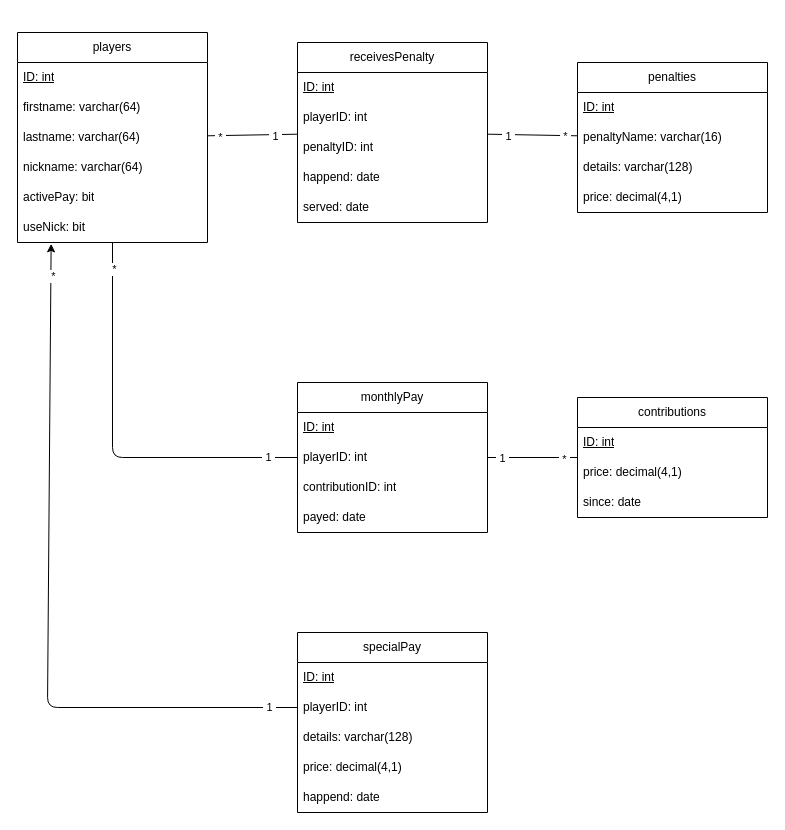
The draw.io diagram database/database.drawio in YoEnte/MannschaftDB, before the edit. Source tidied: cells renumbered, new cells numbered last; positions are measured from the earlier drawing's top-left corner, leaving out a move shared by most shapes. Both pictures are drawn from the tidied source at 100%, with x=0, y=0 at pixel (17, 32).
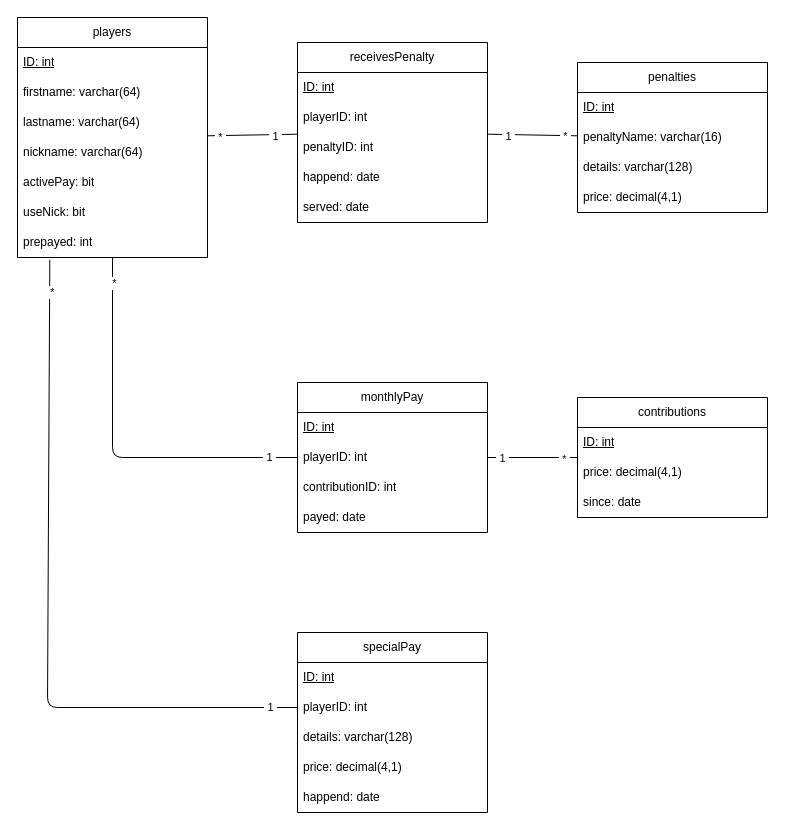
The same page after the edit.

Unchanged cells that the change refers to:
```xml
<mxCell id="11" value="useNick: bit" style="text;strokeColor=none;fillColor=none;align=left;verticalAlign=middle;spacingLeft=4;spacingRight=4;overflow=hidden;points=[[0,0.5],[1,0.5]];portConstraint=eastwest;whiteSpace=wrap;html=1;" parent="5" vertex="1">
  <mxGeometry y="180" width="190" height="30" as="geometry" />
</mxCell>
<mxCell id="43" value="playerID: int" style="text;strokeColor=none;fillColor=none;align=left;verticalAlign=middle;spacingLeft=4;spacingRight=4;overflow=hidden;points=[[0,0.5],[1,0.5]];portConstraint=eastwest;whiteSpace=wrap;html=1;" parent="41" vertex="1">
  <mxGeometry y="60" width="190" height="30" as="geometry" />
</mxCell>
```

What changed in the source:
```diff
@@
     <mxCell id="5" value="players" style="swimlane;fontStyle=0;horizontal=1;startSize=30;whiteSpace=wrap;html=1;" parent="1" vertex="1">
-      <mxGeometry width="190" height="210" as="geometry" />
+      <mxGeometry y="-15" width="190" height="240" as="geometry" />
     </mxCell>
@@
+    <mxCell id="50" value="prepayed: int" style="text;strokeColor=none;fillColor=none;align=left;verticalAlign=middle;spacingLeft=4;spacingRight=4;overflow=hidden;points=[[0,0.5],[1,0.5]];portConstraint=eastwest;whiteSpace=wrap;html=1;" parent="5" vertex="1">
+      <mxGeometry y="210" width="190" height="30" as="geometry" />
+    </mxCell>
@@
-    <mxCell id="47" style="edgeStyle=none;html=1;entryX=0.177;entryY=1.044;entryDx=0;entryDy=0;entryPerimeter=0;" parent="1" edge="1" source="43" target="11">
+    <mxCell id="47" style="edgeStyle=none;html=1;endArrow=none;endFill=0;entryX=0.17;entryY=1.078;entryDx=0;entryDy=0;entryPerimeter=0;" parent="1" edge="1" source="43" target="50">
       <mxGeometry relative="1" as="geometry">
         <Array as="points">
           <mxPoint x="30" y="675" />
         </Array>
       </mxGeometry>
     </mxCell>
```
